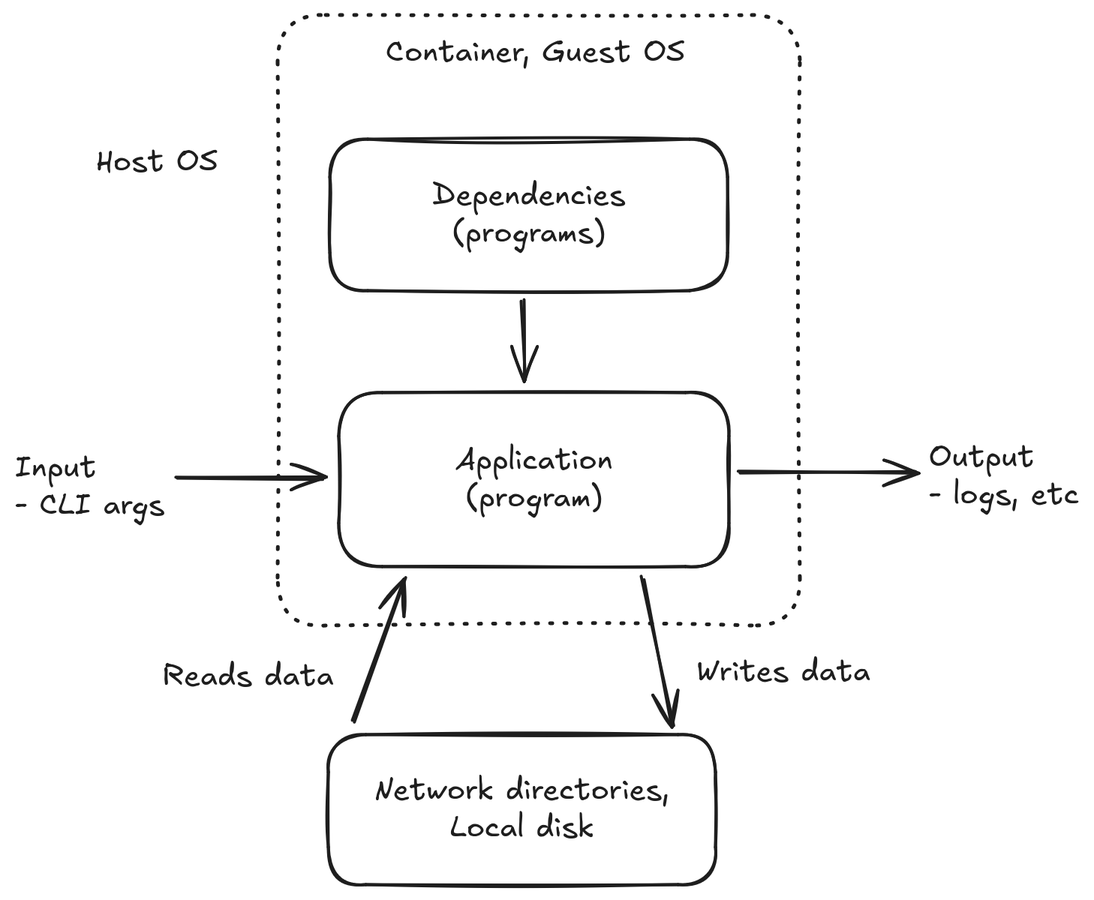
This is images/hpc-containers.png from CSCfi/hpc-container-guide, a Excalidraw export, as it was before one commit. Source tidied: one line per element, renumbered; positions are measured from the earlier drawing's top-left corner, leaving out a move shared by most shapes.
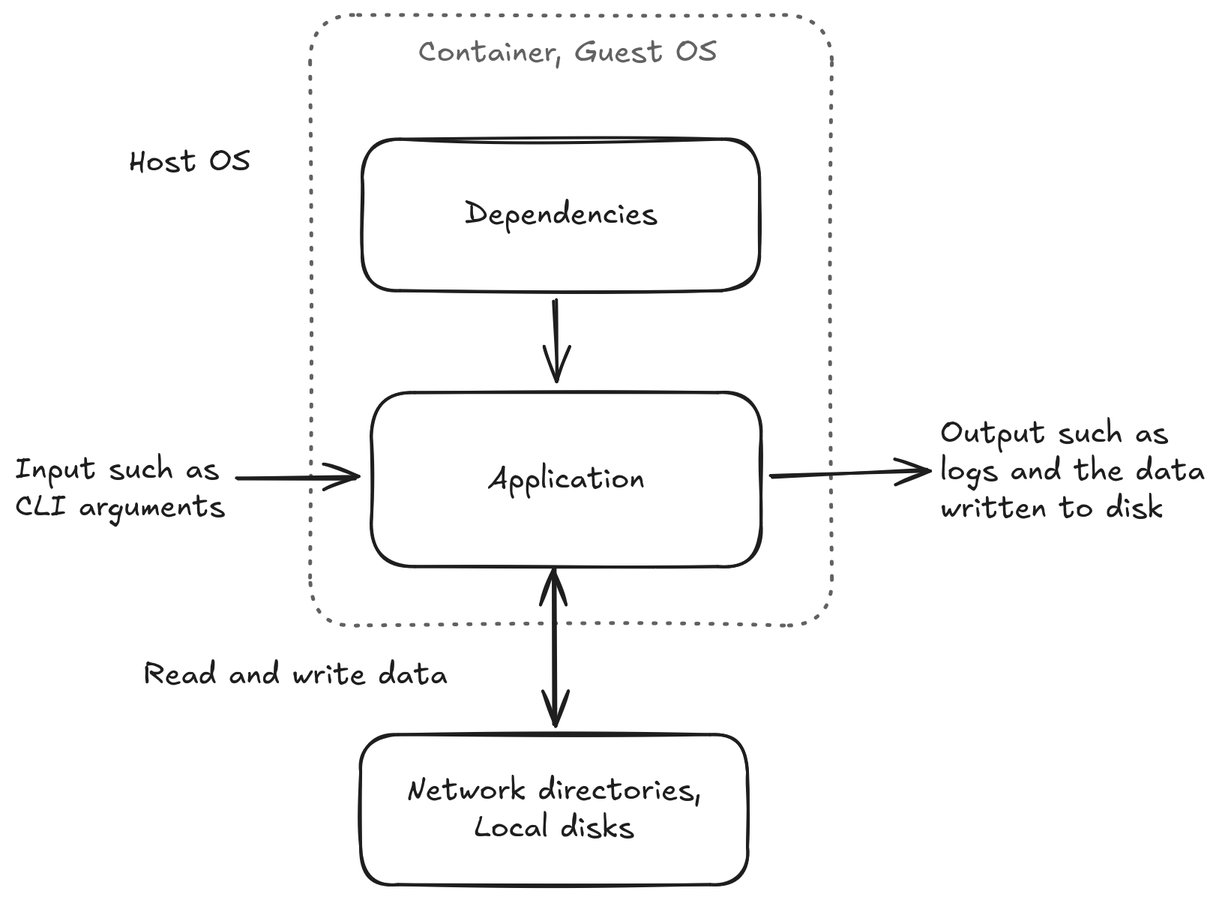
After the commit.

Change to the diagram source:
```diff
@@ -1,18 +1,16 @@
 {"id": 0, "type": "rectangle", "strokeColor": "#1e1e1e", "strokeWidth": 2, "roughness": 1, "round": true, "x": 216, "y": 252, "width": 260, "height": 116}
-{"id": 1, "type": "text", "text": "Application\n(program)", "strokeColor": "#1e1e1e", "strokeWidth": 2, "roughness": 1, "fontSize": 20, "fontFamily": 5, "textAlign": "center", "verticalAlign": "middle", "inside": 0, "x": 294, "y": 285, "width": 105, "height": 50}
+{"id": 1, "type": "text", "text": "Application", "strokeColor": "#1e1e1e", "strokeWidth": 2, "roughness": 1, "fontSize": 20, "fontFamily": 5, "textAlign": "center", "verticalAlign": "middle", "inside": 0, "x": 294, "y": 298, "width": 105, "height": 25}
 {"id": 2, "type": "rectangle", "strokeColor": "#1e1e1e", "strokeWidth": 2, "roughness": 1, "round": true, "x": 210, "y": 83, "width": 265, "height": 101}
-{"id": 3, "type": "text", "text": "Dependencies\n(programs)", "strokeColor": "#1e1e1e", "strokeWidth": 2, "roughness": 1, "fontSize": 20, "fontFamily": 5, "textAlign": "center", "verticalAlign": "middle", "inside": 2, "x": 278, "y": 108, "width": 129, "height": 50}
+{"id": 3, "type": "text", "text": "Dependencies", "strokeColor": "#1e1e1e", "strokeWidth": 2, "roughness": 1, "fontSize": 20, "fontFamily": 5, "textAlign": "center", "verticalAlign": "middle", "inside": 2, "x": 278, "y": 121, "width": 129, "height": 25}
-{"id": 4, "type": "text", "text": "Input\n- CLI args", "strokeColor": "#1e1e1e", "strokeWidth": 2, "roughness": 1, "fontSize": 20, "fontFamily": 5, "x": 0, "y": 290, "width": 100, "height": 50}
+{"id": 4, "type": "text", "text": "Input such as\nCLI arguments", "strokeColor": "#1e1e1e", "strokeWidth": 2, "roughness": 1, "fontSize": 20, "fontFamily": 5, "x": -22, "y": 291, "width": 140, "height": 50}
-{"id": 5, "type": "text", "text": "Output\n- logs, etc", "strokeColor": "#1e1e1e", "strokeWidth": 2, "roughness": 1, "fontSize": 20, "fontFamily": 5, "x": 609, "y": 283, "width": 100, "height": 50}
+{"id": 5, "type": "text", "text": "Output such as\nlogs and the data\nwritten to disk", "strokeColor": "#1e1e1e", "strokeWidth": 2, "roughness": 1, "fontSize": 20, "fontFamily": 5, "x": 595, "y": 267, "width": 178, "height": 75}
-{"id": 6, "type": "arrow", "strokeColor": "#1e1e1e", "strokeWidth": 2, "roughness": 1, "endArrowhead": "arrow", "round": true, "from": 4, "to": 0, "x": 108, "y": 308, "width": 98, "height": 1, "points": [[0, 0], [98, 1]]}
+{"id": 6, "type": "arrow", "strokeColor": "#1e1e1e", "strokeWidth": 2, "roughness": 1, "endArrowhead": "arrow", "round": true, "from": 4, "to": 0, "x": 126, "y": 309, "width": 80, "height": 0, "points": [[0, 0], [80, 0]]}
-{"id": 7, "type": "arrow", "strokeColor": "#1e1e1e", "strokeWidth": 2, "roughness": 1, "endArrowhead": "arrow", "round": true, "from": 0, "to": 5, "x": 483, "y": 306, "width": 118, "height": 1, "points": [[0, 0], [118, -1]]}
+{"id": 7, "type": "arrow", "strokeColor": "#1e1e1e", "strokeWidth": 2, "roughness": 1, "endArrowhead": "arrow", "round": true, "from": 0, "to": 5, "x": 483, "y": 309, "width": 104, "height": 5, "points": [[0, 0], [104, -5]]}
 {"id": 8, "type": "arrow", "strokeColor": "#1e1e1e", "strokeWidth": 2, "roughness": 1, "endArrowhead": "arrow", "round": true, "from": 2, "to": 0, "x": 338, "y": 191, "width": 2, "height": 53, "points": [[0, 0], [2, 53]]}
 {"id": 9, "type": "rectangle", "strokeColor": "#1e1e1e", "strokeWidth": 2, "roughness": 1, "round": true, "x": 209, "y": 480, "width": 258, "height": 100}
-{"id": 10, "type": "text", "text": "Network directories,\nLocal disk", "strokeColor": "#1e1e1e", "strokeWidth": 2, "roughness": 1, "fontSize": 20, "fontFamily": 5, "textAlign": "center", "verticalAlign": "middle", "inside": 9, "x": 240, "y": 505, "width": 197, "height": 50}
+{"id": 10, "type": "text", "text": "Network directories,\nLocal disks", "strokeColor": "#1e1e1e", "strokeWidth": 2, "roughness": 1, "fontSize": 20, "fontFamily": 5, "textAlign": "center", "verticalAlign": "middle", "inside": 9, "x": 240, "y": 505, "width": 197, "height": 50}
-{"id": 11, "type": "arrow", "strokeColor": "#1e1e1e", "strokeWidth": 2, "roughness": 1, "endArrowhead": "arrow", "round": true, "from": 9, "to": 0, "x": 226, "y": 472, "width": 35, "height": 96, "points": [[0, 0], [35, -96]]}
+{"id": 11, "type": "arrow", "strokeColor": "#1e1e1e", "strokeWidth": 2, "roughness": 1, "startArrowhead": "arrow", "endArrowhead": "arrow", "round": true, "from": 9, "to": 0, "x": 339, "y": 475, "width": 0, "height": 105, "points": [[0, 0], [0, -105]]}
-{"id": 12, "type": "arrow", "strokeColor": "#1e1e1e", "strokeWidth": 2, "roughness": 1, "endArrowhead": "arrow", "round": true, "from": 0, "to": 9, "x": 418, "y": 375, "width": 22, "height": 100, "points": [[0, 0], [22, 100]]}
-{"id": 13, "type": "text", "text": "Reads data", "strokeColor": "#1e1e1e", "strokeWidth": 2, "roughness": 1, "fontSize": 20, "fontFamily": 5, "x": 98, "y": 429, "width": 116, "height": 25}
+{"id": 13, "type": "text", "text": "Read and write data", "strokeColor": "#1e1e1e", "strokeWidth": 2, "roughness": 1, "fontSize": 20, "fontFamily": 5, "x": 63, "y": 428, "width": 205, "height": 25}
-{"id": 14, "type": "text", "text": "Writes data", "strokeColor": "#1e1e1e", "strokeWidth": 2, "roughness": 1, "fontSize": 20, "fontFamily": 5, "x": 454, "y": 426, "width": 118, "height": 25}
 {"id": 15, "type": "text", "text": "Host OS", "strokeColor": "#1e1e1e", "strokeWidth": 2, "roughness": 1, "fontSize": 20, "fontFamily": 5, "x": 54, "y": 86, "width": 81, "height": 25}
-{"id": 16, "type": "text", "text": "Container, Guest OS", "strokeColor": "#1e1e1e", "strokeWidth": 2, "strokeStyle": "dotted", "roughness": 1, "fontSize": 20, "fontFamily": 5, "x": 247, "y": 13, "width": 200, "height": 25}
+{"id": 16, "type": "text", "text": "Container, Guest OS", "strokeColor": "#1e1e1e", "strokeWidth": 2, "strokeStyle": "dotted", "roughness": 1, "opacity": 70, "fontSize": 20, "fontFamily": 5, "x": 247, "y": 13, "width": 200, "height": 25}
-{"id": 17, "type": "rectangle", "strokeColor": "#1e1e1e", "strokeWidth": 2, "strokeStyle": "dotted", "roughness": 1, "round": true, "x": 175, "y": 0, "width": 348, "height": 407}
+{"id": 17, "type": "rectangle", "strokeColor": "#1e1e1e", "strokeWidth": 2, "strokeStyle": "dotted", "roughness": 1, "opacity": 70, "round": true, "x": 175, "y": 0, "width": 348, "height": 407}
```
